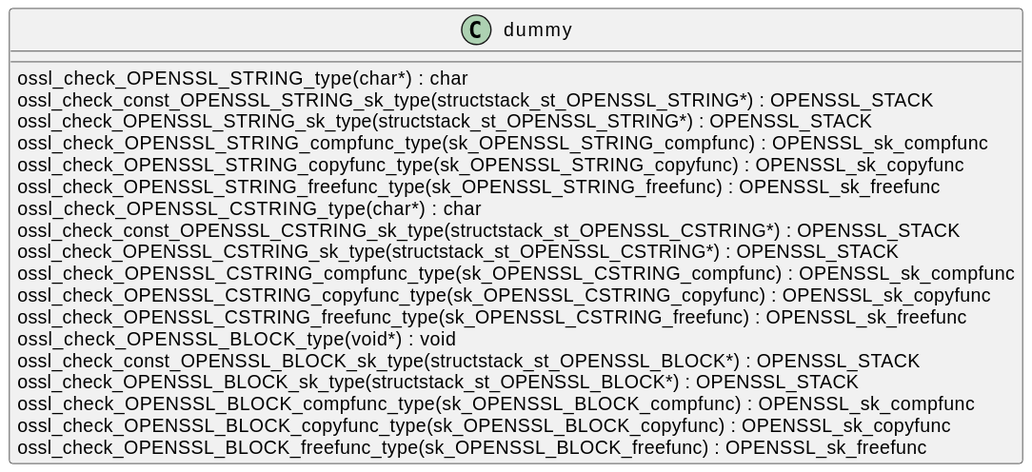
Earlier version of the PlantUML export docs/qc/providers/implementations/ciphers/cipher_rc4.c.svg (qualitesys/openssl).
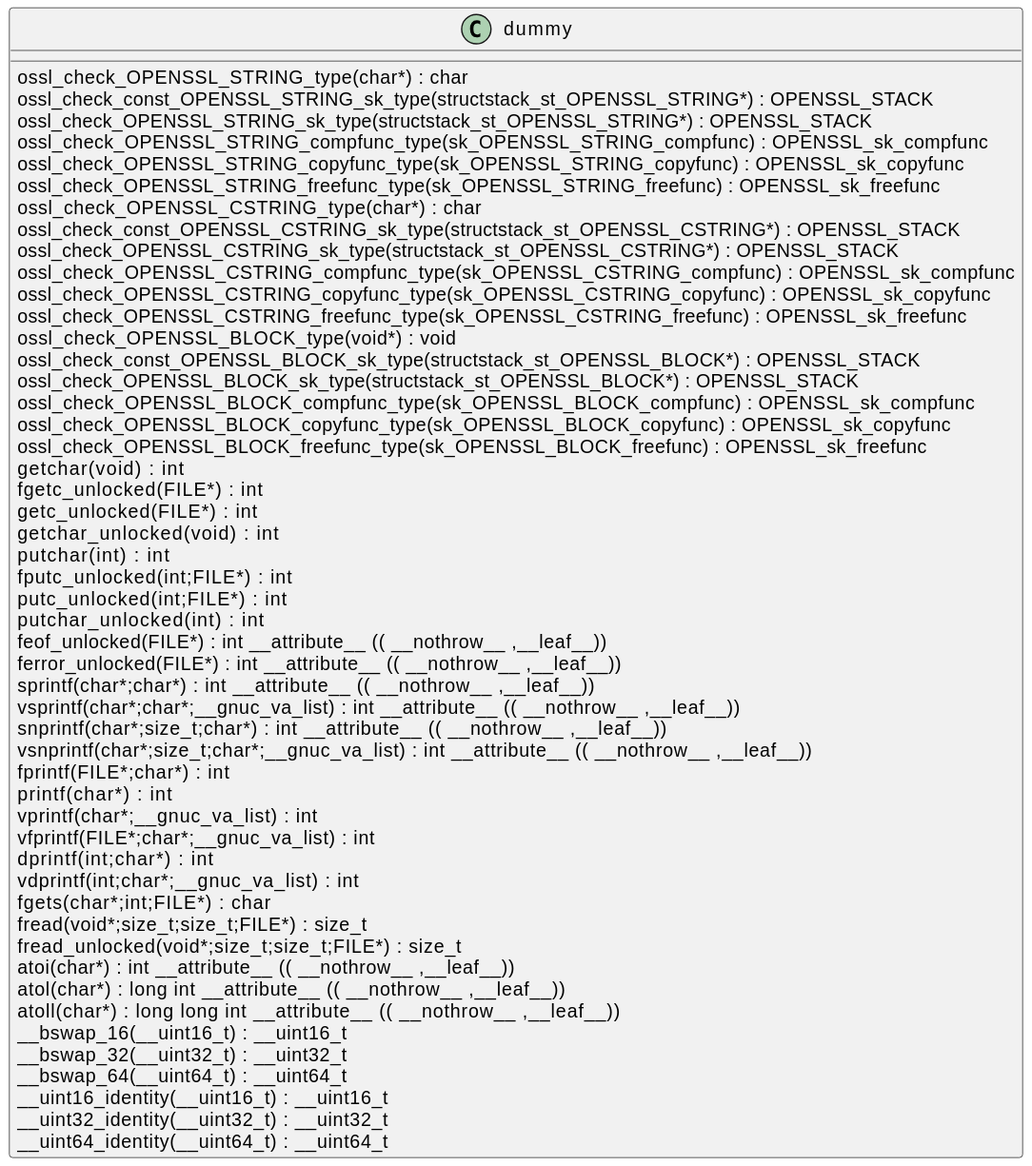
After the commit.

Change to the diagram source:
```diff
@@ -19,5 +19,37 @@
 ossl_check_OPENSSL_BLOCK_compfunc_type(sk_OPENSSL_BLOCK_compfunc) : OPENSSL_sk_compfunc [[[./../../../.././qc/providers/implementations/ciphers/cipher_rc4.c.html#491]]]
 ossl_check_OPENSSL_BLOCK_copyfunc_type(sk_OPENSSL_BLOCK_copyfunc) : OPENSSL_sk_copyfunc [[[./../../../.././qc/providers/implementations/ciphers/cipher_rc4.c.html#491]]]
 ossl_check_OPENSSL_BLOCK_freefunc_type(sk_OPENSSL_BLOCK_freefunc) : OPENSSL_sk_freefunc [[[./../../../.././qc/providers/implementations/ciphers/cipher_rc4.c.html#491]]]
+getchar(void) :  int  [[[./../../../.././qc/providers/implementations/ciphers/cipher_rc4.c.html#1488]]]
+fgetc_unlocked(FILE*) :  int  [[[./../../../.././qc/providers/implementations/ciphers/cipher_rc4.c.html#1497]]]
+getc_unlocked(FILE*) :  int  [[[./../../../.././qc/providers/implementations/ciphers/cipher_rc4.c.html#1507]]]
+getchar_unlocked(void) :  int  [[[./../../../.././qc/providers/implementations/ciphers/cipher_rc4.c.html#1514]]]
+putchar(int) :  int  [[[./../../../.././qc/providers/implementations/ciphers/cipher_rc4.c.html#1523]]]
+fputc_unlocked(int;FILE*) :  int  [[[./../../../.././qc/providers/implementations/ciphers/cipher_rc4.c.html#1532]]]
+putc_unlocked(int;FILE*) :  int  [[[./../../../.././qc/providers/implementations/ciphers/cipher_rc4.c.html#1542]]]
+putchar_unlocked(int) :  int  [[[./../../../.././qc/providers/implementations/ciphers/cipher_rc4.c.html#1549]]]
+feof_unlocked(FILE*) :  int  __attribute__ (( __nothrow__ ,__leaf__)) [[[./../../../.././qc/providers/implementations/ciphers/cipher_rc4.c.html#1555]]]
+ferror_unlocked(FILE*) :  int  __attribute__ (( __nothrow__ ,__leaf__)) [[[./../../../.././qc/providers/implementations/ciphers/cipher_rc4.c.html#1562]]]
+sprintf(char*;char*) :  int  __attribute__ (( __nothrow__ ,__leaf__)) [[[./../../../.././qc/providers/implementations/ciphers/cipher_rc4.c.html#1573]]]
+vsprintf(char*;char*;__gnuc_va_list) :  int  __attribute__ (( __nothrow__ ,__leaf__)) [[[./../../../.././qc/providers/implementations/ciphers/cipher_rc4.c.html#1586]]]
+snprintf(char*;size_t;char*) :  int  __attribute__ (( __nothrow__ ,__leaf__)) [[[./../../../.././qc/providers/implementations/ciphers/cipher_rc4.c.html#1596]]]
+vsnprintf(char*;size_t;char*;__gnuc_va_list) :  int  __attribute__ (( __nothrow__ ,__leaf__)) [[[./../../../.././qc/providers/implementations/ciphers/cipher_rc4.c.html#1610]]]
+fprintf(FILE*;char*) :  int  [[[./../../../.././qc/providers/implementations/ciphers/cipher_rc4.c.html#1622]]]
+printf(char*) :  int  [[[./../../../.././qc/providers/implementations/ciphers/cipher_rc4.c.html#1629]]]
+vprintf(char*;__gnuc_va_list) :  int  [[[./../../../.././qc/providers/implementations/ciphers/cipher_rc4.c.html#1641]]]
+vfprintf(FILE*;char*;__gnuc_va_list) :  int  [[[./../../../.././qc/providers/implementations/ciphers/cipher_rc4.c.html#1651]]]
+dprintf(int;char*) :  int  [[[./../../../.././qc/providers/implementations/ciphers/cipher_rc4.c.html#1660]]]
+vdprintf(int;char*;__gnuc_va_list) :  int  [[[./../../../.././qc/providers/implementations/ciphers/cipher_rc4.c.html#1671]]]
+fgets(char*;int;FILE*) :  char  [[[./../../../.././qc/providers/implementations/ciphers/cipher_rc4.c.html#1677]]]
+fread(void*;size_t;size_t;FILE*) : size_t [[[./../../../.././qc/providers/implementations/ciphers/cipher_rc4.c.html#1689]]]
+fread_unlocked(void*;size_t;size_t;FILE*) : size_t [[[./../../../.././qc/providers/implementations/ciphers/cipher_rc4.c.html#1701]]]
+atoi(char*) :  int  __attribute__ (( __nothrow__ ,__leaf__)) [[[./../../../.././qc/providers/implementations/ciphers/cipher_rc4.c.html#1867]]]
+atol(char*) :  long  int  __attribute__ (( __nothrow__ ,__leaf__)) [[[./../../../.././qc/providers/implementations/ciphers/cipher_rc4.c.html#1872]]]
+atoll(char*) :  long  long  int  __attribute__ (( __nothrow__ ,__leaf__)) [[[./../../../.././qc/providers/implementations/ciphers/cipher_rc4.c.html#1879]]]
+__bswap_16(__uint16_t) : __uint16_t [[[./../../../.././qc/providers/implementations/ciphers/cipher_rc4.c.html#2026]]]
+__bswap_32(__uint32_t) : __uint32_t [[[./../../../.././qc/providers/implementations/ciphers/cipher_rc4.c.html#2041]]]
+__bswap_64(__uint64_t) : __uint64_t [[[./../../../.././qc/providers/implementations/ciphers/cipher_rc4.c.html#2051]]]
+__uint16_identity(__uint16_t) : __uint16_t [[[./../../../.././qc/providers/implementations/ciphers/cipher_rc4.c.html#2063]]]
+__uint32_identity(__uint32_t) : __uint32_t [[[./../../../.././qc/providers/implementations/ciphers/cipher_rc4.c.html#2069]]]
+__uint64_identity(__uint64_t) : __uint64_t [[[./../../../.././qc/providers/implementations/ciphers/cipher_rc4.c.html#2075]]]
 }
 @enduml
```
